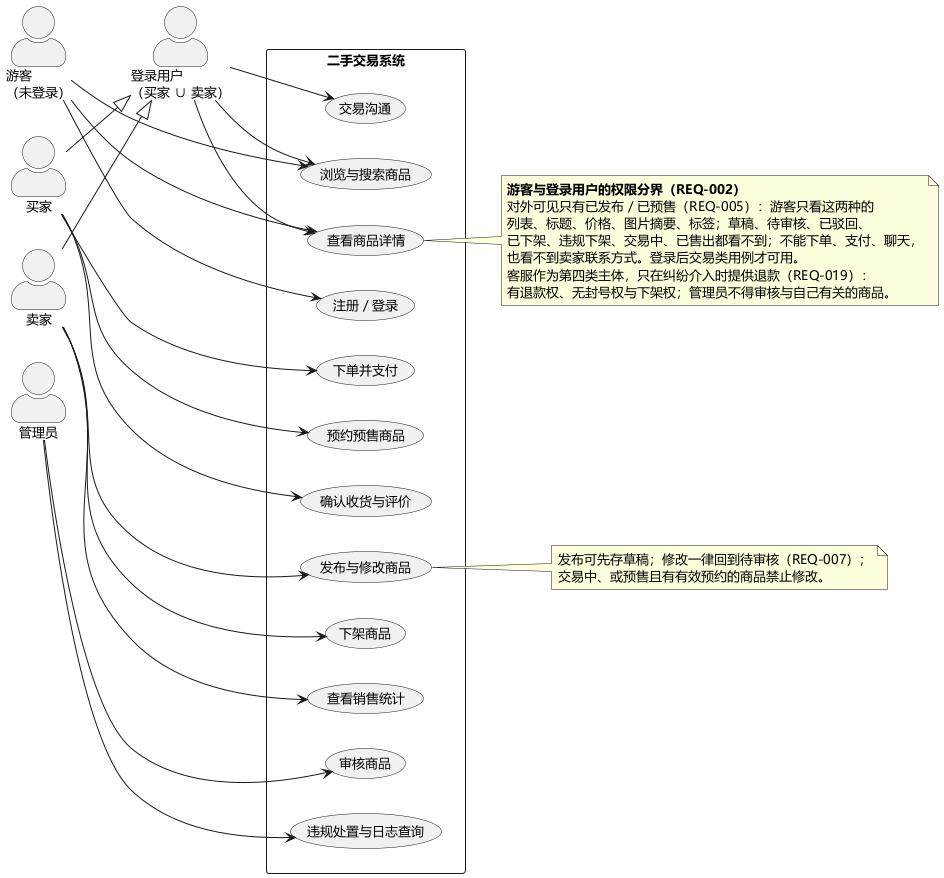
This is lab02/UML/用例图.png from XuHR233/SE-lab1-requirements, a PlantUML export, as it was before one commit.
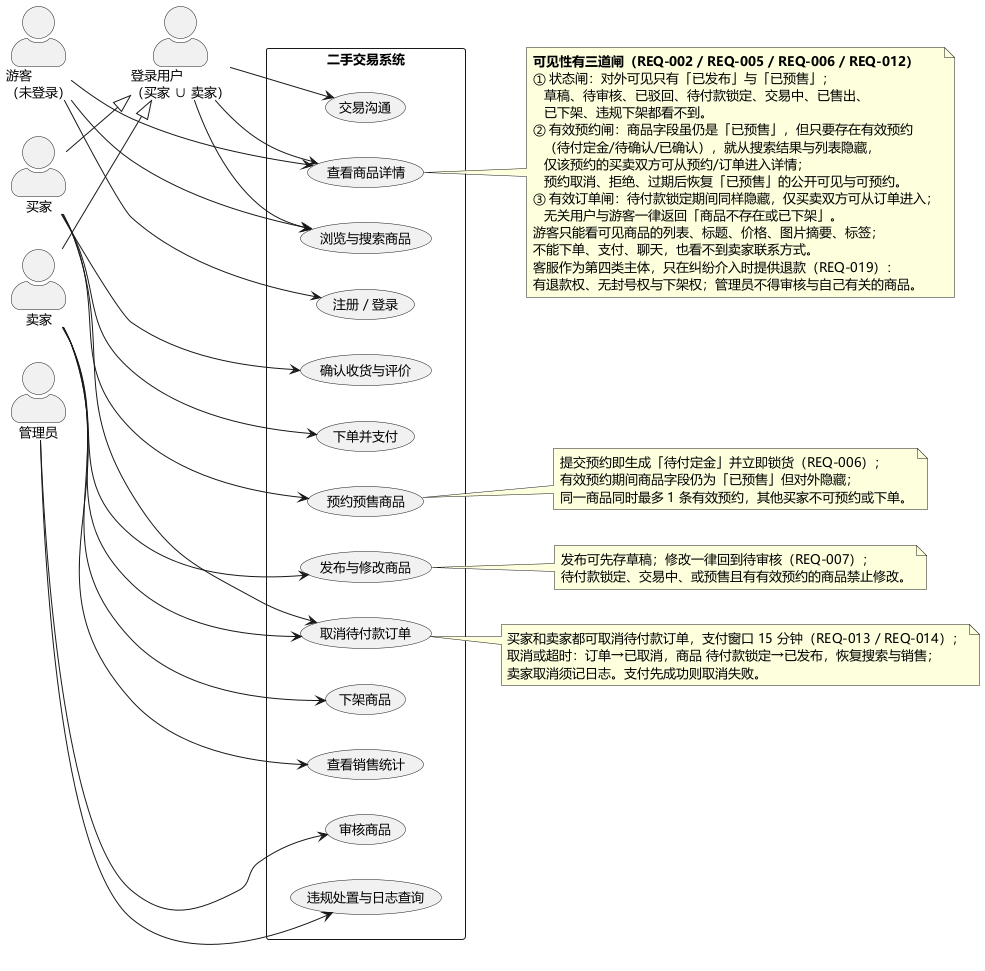
Later version of the same file.

What changed in the source:
```diff
@@ -21,6 +21,7 @@
     usecase "注册 / 登录" as UC03
     usecase "交易沟通" as UC04
     usecase "下单并支付" as UC05
+    usecase "取消待付款订单" as UC13
     usecase "预约预售商品" as UC06
     usecase "确认收货与评价" as UC07
     usecase "发布与修改商品" as UC08
@@ -40,12 +41,14 @@
 Login --> UC04
 
 Buyer --> UC05
+Buyer --> UC13
 Buyer --> UC06
 Buyer --> UC07
 
 Seller --> UC08
 Seller --> UC09
 Seller --> UC10
+Seller --> UC13
 
 Admin --> UC11
 Admin --> UC12
@@ -54,18 +57,37 @@
 Seller --|> Login
 
 note right of UC02
-  <b>游客与登录用户的权限分界（REQ-002）</b>
-  对外可见只有已发布 / 已预售（REQ-005）：游客只看这两种的
-  列表、标题、价格、图片摘要、标签；草稿、待审核、已驳回、
-  已下架、违规下架、交易中、已售出都看不到；不能下单、支付、聊天，
-  也看不到卖家联系方式。登录后交易类用例才可用。
+  <b>可见性有三道闸（REQ-002 / REQ-005 / REQ-006 / REQ-012）</b>
+  ① 状态闸：对外可见只有「已发布」与「已预售」；
+     草稿、待审核、已驳回、待付款锁定、交易中、已售出、
+     已下架、违规下架都看不到。
+  ② 有效预约闸：商品字段虽仍是「已预售」，但只要存在有效预约
+     （待付定金/待确认/已确认），就从搜索结果与列表隐藏，
+     仅该预约的买卖双方可从预约/订单进入详情；
+     预约取消、拒绝、过期后恢复「已预售」的公开可见与可预约。
+  ③ 有效订单闸：待付款锁定期间同样隐藏，仅买卖双方可从订单进入；
+     无关用户与游客一律返回「商品不存在或已下架」。
+  游客只能看可见商品的列表、标题、价格、图片摘要、标签；
+  不能下单、支付、聊天，也看不到卖家联系方式。
   客服作为第四类主体，只在纠纷介入时提供退款（REQ-019）：
   有退款权、无封号权与下架权；管理员不得审核与自己有关的商品。
 end note
 
 note right of UC08
   发布可先存草稿；修改一律回到待审核（REQ-007）；
-  交易中、或预售且有有效预约的商品禁止修改。
+  待付款锁定、交易中、或预售且有有效预约的商品禁止修改。
+end note
+
+note right of UC13
+  买家和卖家都可取消待付款订单，支付窗口 15 分钟（REQ-013 / REQ-014）；
+  取消或超时：订单→已取消，商品 待付款锁定→已发布，恢复搜索与销售；
+  卖家取消须记日志。支付先成功则取消失败。
+end note
+
+note right of UC06
+  提交预约即生成「待付定金」并立即锁货（REQ-006）；
+  有效预约期间商品字段仍为「已预售」但对外隐藏；
+  同一商品同时最多 1 条有效预约，其他买家不可预约或下单。
 end note
 
 @enduml
```
